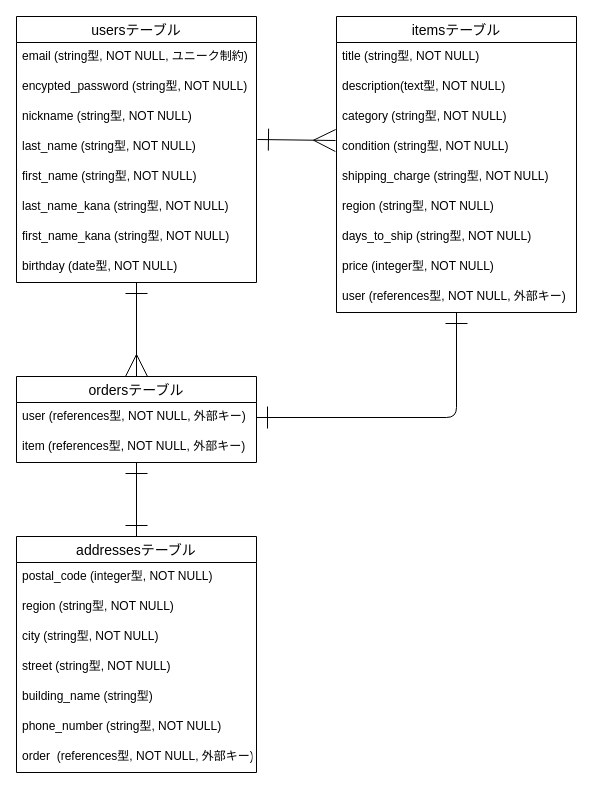
Earlier version of the draw.io diagram furima.dio (snkn510/furima-39171). Source tidied: cells renumbered, new cells numbered last; positions are measured from the earlier drawing's top-left corner, leaving out a move shared by most shapes. Both pictures are drawn from the tidied source at 100%, with x=0, y=0 at pixel (16, 16).
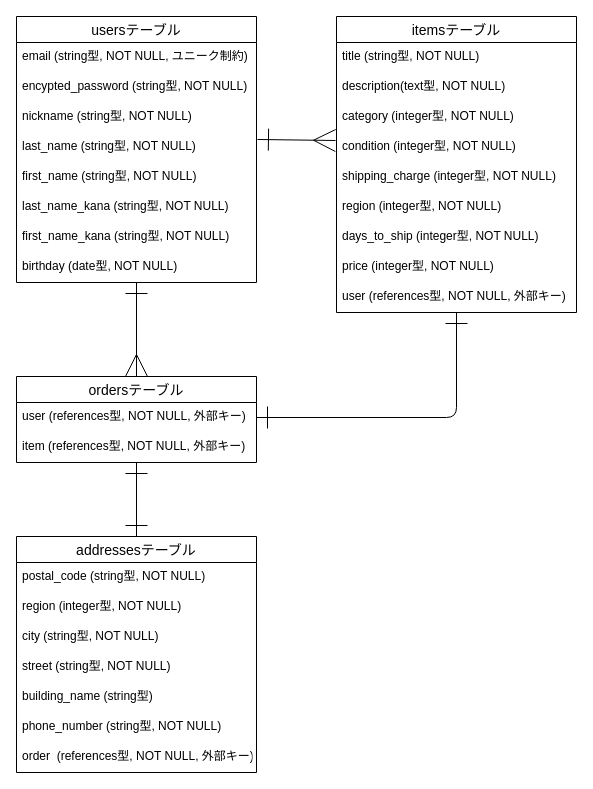
The same page after the edit.

Commit message (it also covers changes not shown here):
ER図・README作成（修正①）

Unchanged cells that the change refers to:
```xml
<mxCell id="13" value="itemsテーブル" style="swimlane;fontStyle=0;horizontal=1;startSize=26;align=center;fontSize=14;" parent="1" vertex="1">
  <mxGeometry x="320" width="240" height="296" as="geometry" />
</mxCell>
<mxCell id="28" value="addressesテーブル" style="swimlane;fontStyle=0;horizontal=1;startSize=26;align=center;fontSize=14;" parent="1" vertex="1">
  <mxGeometry y="520" width="240" height="236" as="geometry" />
</mxCell>
```

What changed in the source:
```diff
@@
-    <mxCell id="16" value="category (string型, NOT NULL)" style="text;strokeColor=none;fillColor=none;spacingLeft=4;spacingRight=4;overflow=hidden;fontSize=12;" parent="13" vertex="1">
+    <mxCell id="16" value="category (integer型, NOT NULL)" style="text;strokeColor=none;fillColor=none;spacingLeft=4;spacingRight=4;overflow=hidden;fontSize=12;" parent="13" vertex="1">
       <mxGeometry y="86" width="240" height="30" as="geometry" />
     </mxCell>
-    <mxCell id="17" value="condition (string型, NOT NULL)" style="text;strokeColor=none;fillColor=none;spacingLeft=4;spacingRight=4;overflow=hidden;points=[[0,0.5],[1,0.5]];portConstraint=eastwest;fontSize=12;" parent="13" vertex="1">
+    <mxCell id="17" value="condition (integer型, NOT NULL)" style="text;strokeColor=none;fillColor=none;spacingLeft=4;spacingRight=4;overflow=hidden;points=[[0,0.5],[1,0.5]];portConstraint=eastwest;fontSize=12;" parent="13" vertex="1">
       <mxGeometry y="116" width="240" height="30" as="geometry" />
     </mxCell>
-    <mxCell id="18" value="shipping_charge (string型, NOT NULL)" style="text;strokeColor=none;fillColor=none;spacingLeft=4;spacingRight=4;overflow=hidden;fontSize=12;" parent="13" vertex="1">
+    <mxCell id="18" value="shipping_charge (integer型, NOT NULL)" style="text;strokeColor=none;fillColor=none;spacingLeft=4;spacingRight=4;overflow=hidden;fontSize=12;" parent="13" vertex="1">
       <mxGeometry y="146" width="240" height="30" as="geometry" />
     </mxCell>
-    <mxCell id="19" value="region (string型, NOT NULL)" style="text;strokeColor=none;fillColor=none;spacingLeft=4;spacingRight=4;overflow=hidden;fontSize=12;" parent="13" vertex="1">
+    <mxCell id="19" value="region (integer型, NOT NULL)" style="text;strokeColor=none;fillColor=none;spacingLeft=4;spacingRight=4;overflow=hidden;fontSize=12;" parent="13" vertex="1">
       <mxGeometry y="176" width="240" height="30" as="geometry" />
     </mxCell>
-    <mxCell id="20" value="days_to_ship (string型, NOT NULL)" style="text;strokeColor=none;fillColor=none;spacingLeft=4;spacingRight=4;overflow=hidden;fontSize=12;" parent="13" vertex="1">
+    <mxCell id="20" value="days_to_ship (integer型, NOT NULL)" style="text;strokeColor=none;fillColor=none;spacingLeft=4;spacingRight=4;overflow=hidden;fontSize=12;" parent="13" vertex="1">
       <mxGeometry y="206" width="240" height="30" as="geometry" />
     </mxCell>
@@
-    <mxCell id="29" value="postal_code (integer型, NOT NULL)&#10; " style="text;strokeColor=none;fillColor=none;spacingLeft=4;spacingRight=4;overflow=hidden;fontSize=12;" parent="28" vertex="1">
+    <mxCell id="29" value="postal_code (string型, NOT NULL)&#10; " style="text;strokeColor=none;fillColor=none;spacingLeft=4;spacingRight=4;overflow=hidden;fontSize=12;" parent="28" vertex="1">
       <mxGeometry y="26" width="240" height="30" as="geometry" />
     </mxCell>
-    <mxCell id="30" value="region (string型, NOT NULL)" style="text;strokeColor=none;fillColor=none;spacingLeft=4;spacingRight=4;overflow=hidden;fontSize=12;" parent="28" vertex="1">
+    <mxCell id="30" value="region (integer型, NOT NULL)" style="text;strokeColor=none;fillColor=none;spacingLeft=4;spacingRight=4;overflow=hidden;fontSize=12;" parent="28" vertex="1">
       <mxGeometry y="56" width="240" height="30" as="geometry" />
     </mxCell>
```
